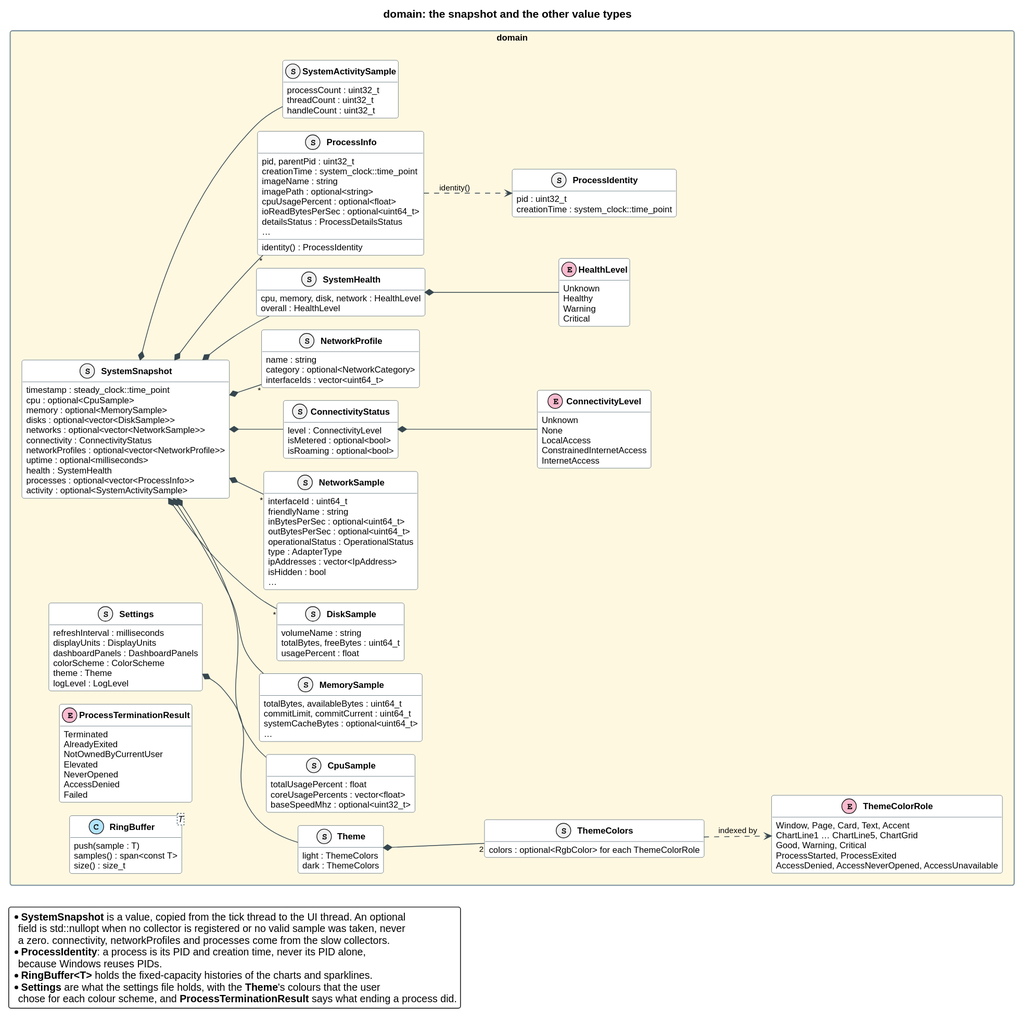
Earlier version of the PlantUML export docs/diagrams/domain_types.svg (DunderGG/verdandi).
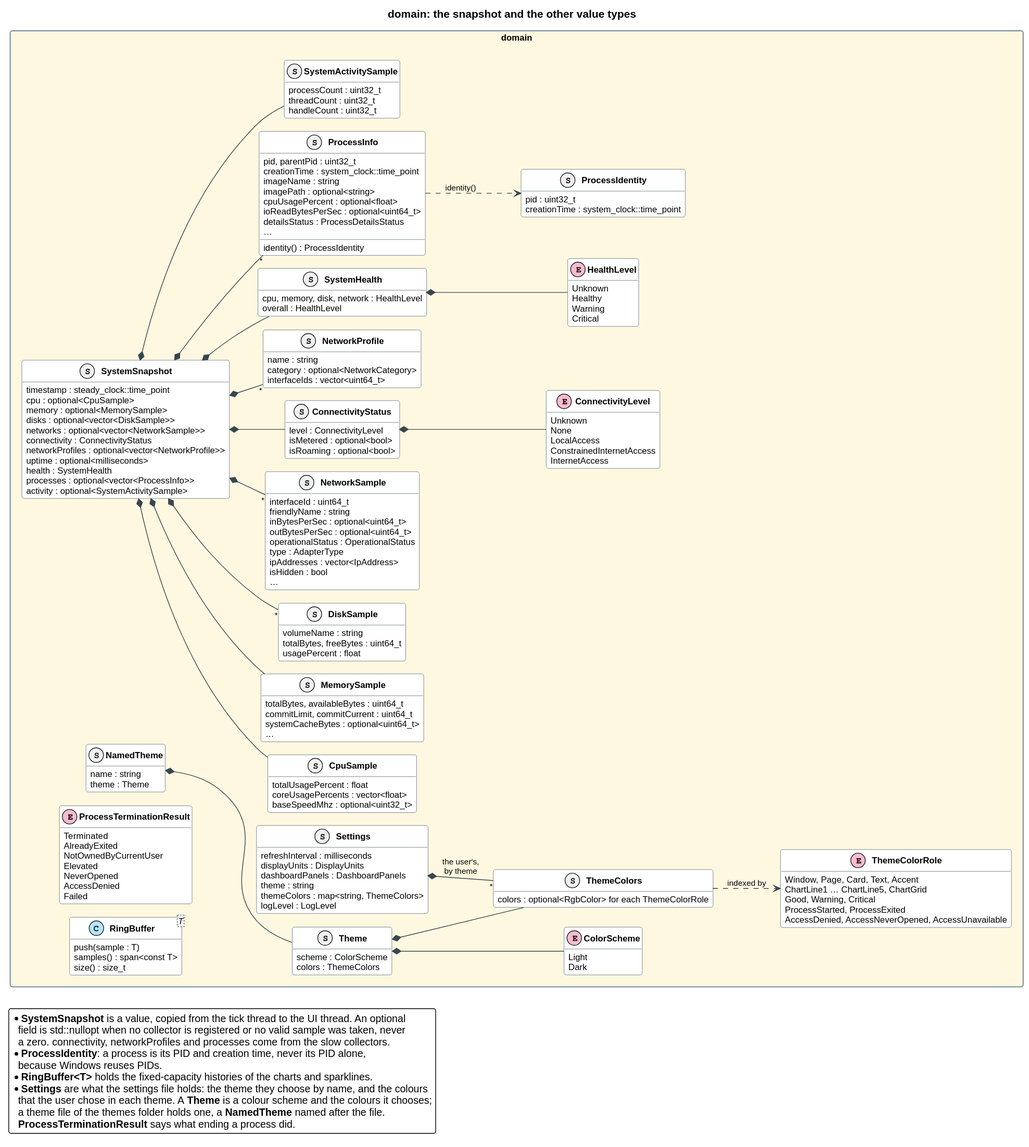
Later version of the same file.

What changed in the source:
```diff
@@ -110,14 +110,24 @@
         refreshInterval : milliseconds
         displayUnits : DisplayUnits
         dashboardPanels : DashboardPanels
-        colorScheme : ColorScheme
-        theme : Theme
+        theme : string
+        themeColors : map<string, ThemeColors>
         logLevel : LogLevel
     }
 
+    struct NamedTheme {
+        name : string
+        theme : Theme
+    }
+
     struct Theme {
-        light : ThemeColors
-        dark : ThemeColors
+        scheme : ColorScheme
+        colors : ThemeColors
+    }
+
+    enum ColorScheme {
+        Light
+        Dark
     }
 
     struct ThemeColors {
@@ -161,8 +171,10 @@
 ConnectivityStatus *-- ConnectivityLevel
 SystemHealth *-- HealthLevel
 ProcessInfo ..> ProcessIdentity : identity()
-Settings *-- Theme
-Theme *-- "2" ThemeColors
+Settings *-- "*" ThemeColors : the user's,\nby theme
+NamedTheme *-- Theme
+Theme *-- ThemeColors
+Theme *-- ColorScheme
 ThemeColors ..> ThemeColorRole : indexed by
 
 legend bottom left
@@ -172,7 +184,9 @@
     * **ProcessIdentity**: a process is its PID and creation time, never its PID alone,
       because Windows reuses PIDs.
     * **RingBuffer<T>** holds the fixed-capacity histories of the charts and sparklines.
-    * **Settings** are what the settings file holds, with the **Theme**'s colours that the user
-      chose for each colour scheme, and **ProcessTerminationResult** says what ending a process did.
+    * **Settings** are what the settings file holds: the theme they choose by name, and the colours
+      that the user chose in each theme. A **Theme** is a colour scheme and the colours it chooses;
+      a theme file of the themes folder holds one, a **NamedTheme** named after the file.
+      **ProcessTerminationResult** says what ending a process did.
 end legend
 @enduml
```
